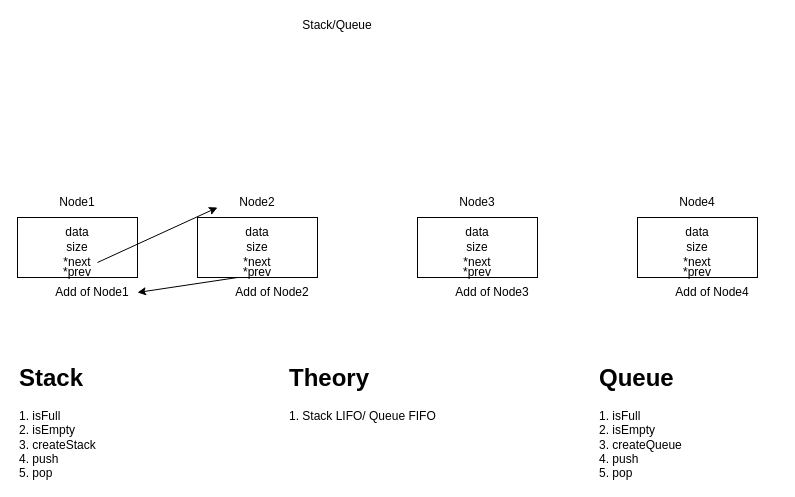
Earlier version of the draw.io diagram Basic Revision of C/stackqueue.drawio (0vibecode/Codiging-challenge-CP). Source tidied: cells renumbered, new cells numbered last; positions are measured from the earlier drawing's top-left corner, leaving out a move shared by most shapes. Both pictures are drawn from the tidied source at 100%, with x=0, y=0 at pixel (17, 17).
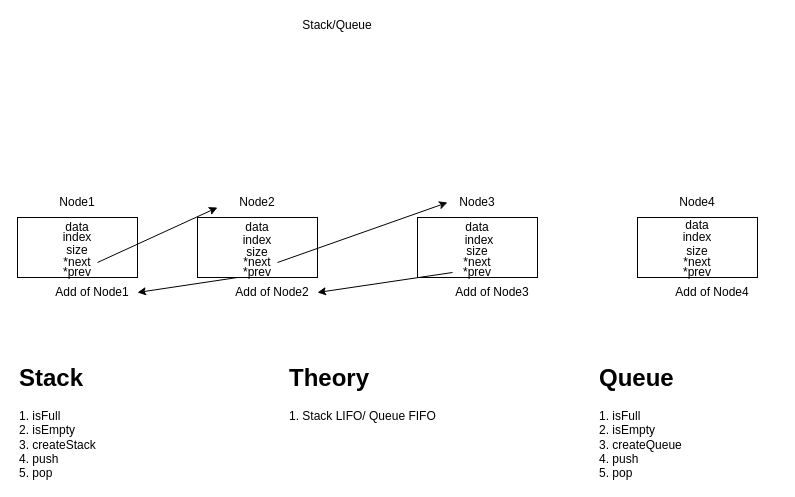
The same page after the edit.

Unchanged cells that the change refers to:
```xml
<mxCell id="12" value="Node3" style="text;html=1;align=center;verticalAlign=middle;whiteSpace=wrap;rounded=0;" parent="1" vertex="1">
  <mxGeometry x="430" y="170" width="60" height="30" as="geometry" />
</mxCell>
<mxCell id="31" value="Add of Node2" style="text;html=1;align=center;verticalAlign=middle;whiteSpace=wrap;rounded=0;" parent="1" vertex="1">
  <mxGeometry x="210" y="260" width="90" height="30" as="geometry" />
</mxCell>
```

Change to the diagram source:
```diff
@@
     <mxCell id="15" value="data" style="text;html=1;align=center;verticalAlign=middle;whiteSpace=wrap;rounded=0;" parent="1" vertex="1">
-      <mxGeometry x="30" y="200" width="60" height="30" as="geometry" />
+      <mxGeometry x="30" y="195" width="60" height="30" as="geometry" />
     </mxCell>
     <mxCell id="16" value="size" style="text;html=1;align=center;verticalAlign=middle;whiteSpace=wrap;rounded=0;" parent="1" vertex="1">
-      <mxGeometry x="30" y="215" width="60" height="30" as="geometry" />
+      <mxGeometry x="30" y="218" width="60" height="30" as="geometry" />
     </mxCell>
@@
     <mxCell id="18" value="data" style="text;html=1;align=center;verticalAlign=middle;whiteSpace=wrap;rounded=0;" parent="1" vertex="1">
-      <mxGeometry x="210" y="200" width="60" height="30" as="geometry" />
+      <mxGeometry x="210" y="195" width="60" height="30" as="geometry" />
     </mxCell>
     <mxCell id="19" value="size" style="text;html=1;align=center;verticalAlign=middle;whiteSpace=wrap;rounded=0;" parent="1" vertex="1">
-      <mxGeometry x="210" y="215" width="60" height="30" as="geometry" />
+      <mxGeometry x="210" y="220" width="60" height="30" as="geometry" />
     </mxCell>
@@
     <mxCell id="21" value="data" style="text;html=1;align=center;verticalAlign=middle;whiteSpace=wrap;rounded=0;" parent="1" vertex="1">
-      <mxGeometry x="430" y="200" width="60" height="30" as="geometry" />
+      <mxGeometry x="430" y="195" width="60" height="30" as="geometry" />
     </mxCell>
     <mxCell id="22" value="size" style="text;html=1;align=center;verticalAlign=middle;whiteSpace=wrap;rounded=0;" parent="1" vertex="1">
-      <mxGeometry x="430" y="215" width="60" height="30" as="geometry" />
+      <mxGeometry x="430" y="219" width="60" height="30" as="geometry" />
     </mxCell>
@@
     <mxCell id="24" value="data" style="text;html=1;align=center;verticalAlign=middle;whiteSpace=wrap;rounded=0;" parent="1" vertex="1">
-      <mxGeometry x="650" y="200" width="60" height="30" as="geometry" />
+      <mxGeometry x="650" y="193" width="60" height="30" as="geometry" />
     </mxCell>
     <mxCell id="25" value="size" style="text;html=1;align=center;verticalAlign=middle;whiteSpace=wrap;rounded=0;" parent="1" vertex="1">
-      <mxGeometry x="650" y="215" width="60" height="30" as="geometry" />
+      <mxGeometry x="650" y="219" width="60" height="30" as="geometry" />
     </mxCell>
@@
+    <mxCell id="36" style="endArrow=classic;html=1;entryX=0;entryY=0.5;entryDx=0;entryDy=0;" parent="1" edge="1" target="12">
+      <mxGeometry relative="1" as="geometry">
+        <mxPoint x="260" y="245" as="sourcePoint" />
+      </mxGeometry>
+    </mxCell>
+    <mxCell id="37" style="endArrow=classic;html=1;entryX=1;entryY=0.5;entryDx=0;entryDy=0;" parent="1" edge="1" target="31">
+      <mxGeometry relative="1" as="geometry">
+        <mxPoint x="435" y="255" as="sourcePoint" />
+      </mxGeometry>
+    </mxCell>
+    <mxCell id="38" value="index" style="text;html=1;align=center;verticalAlign=middle;whiteSpace=wrap;rounded=0;" parent="1" vertex="1">
+      <mxGeometry x="30" y="205" width="60" height="30" as="geometry" />
+    </mxCell>
+    <mxCell id="39" value="index" style="text;html=1;align=center;verticalAlign=middle;whiteSpace=wrap;rounded=0;" parent="1" vertex="1">
+      <mxGeometry x="210" y="208" width="60" height="30" as="geometry" />
+    </mxCell>
+    <mxCell id="40" value="index" style="text;html=1;align=center;verticalAlign=middle;whiteSpace=wrap;rounded=0;" parent="1" vertex="1">
+      <mxGeometry x="432" y="208" width="60" height="30" as="geometry" />
+    </mxCell>
+    <mxCell id="41" value="index" style="text;html=1;align=center;verticalAlign=middle;whiteSpace=wrap;rounded=0;" parent="1" vertex="1">
+      <mxGeometry x="650" y="205" width="60" height="30" as="geometry" />
+    </mxCell>
```
